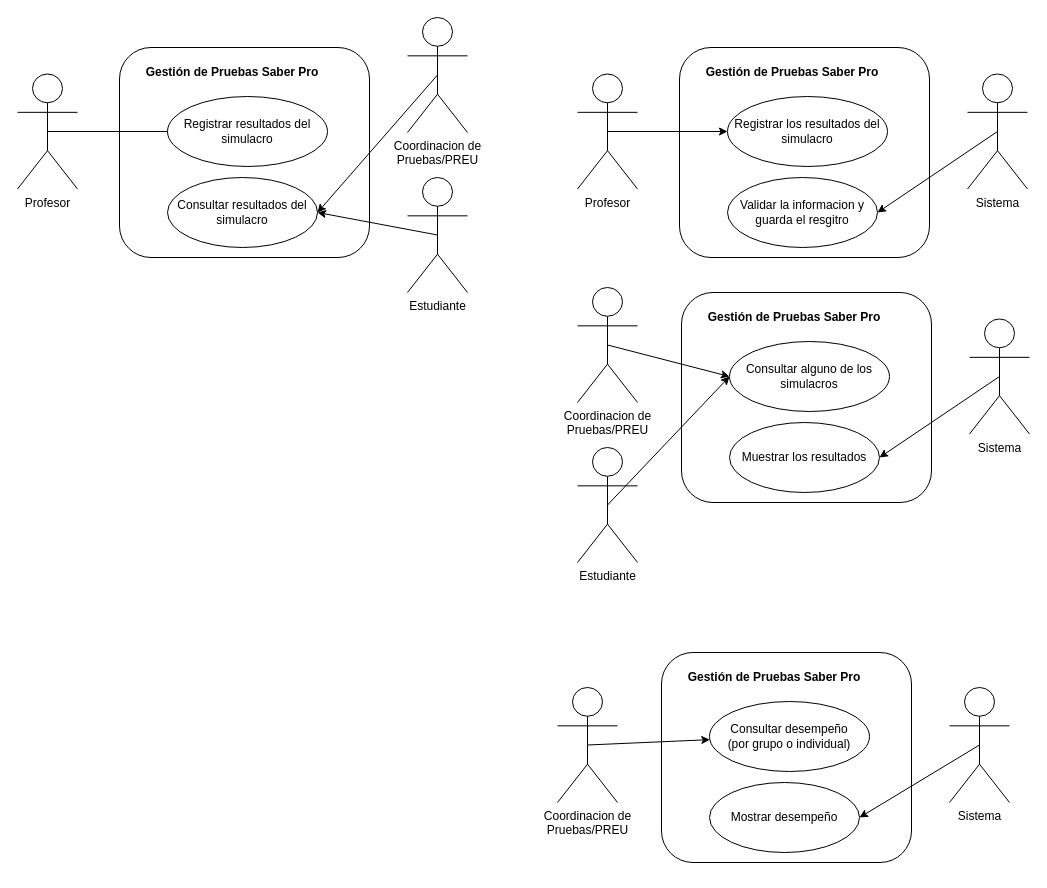
lauubeltran/isi-2026ii-SaberPro keeps this draw.io diagram as Diagramas cdu/resultados simulacro.drawio. Above is the earlier version. Source tidied: cells renumbered, new cells numbered last; positions are measured from the earlier drawing's top-left corner, leaving out a move shared by most shapes. Both pictures are drawn from the tidied source at 100%, with x=0, y=0 at pixel (17, 17).
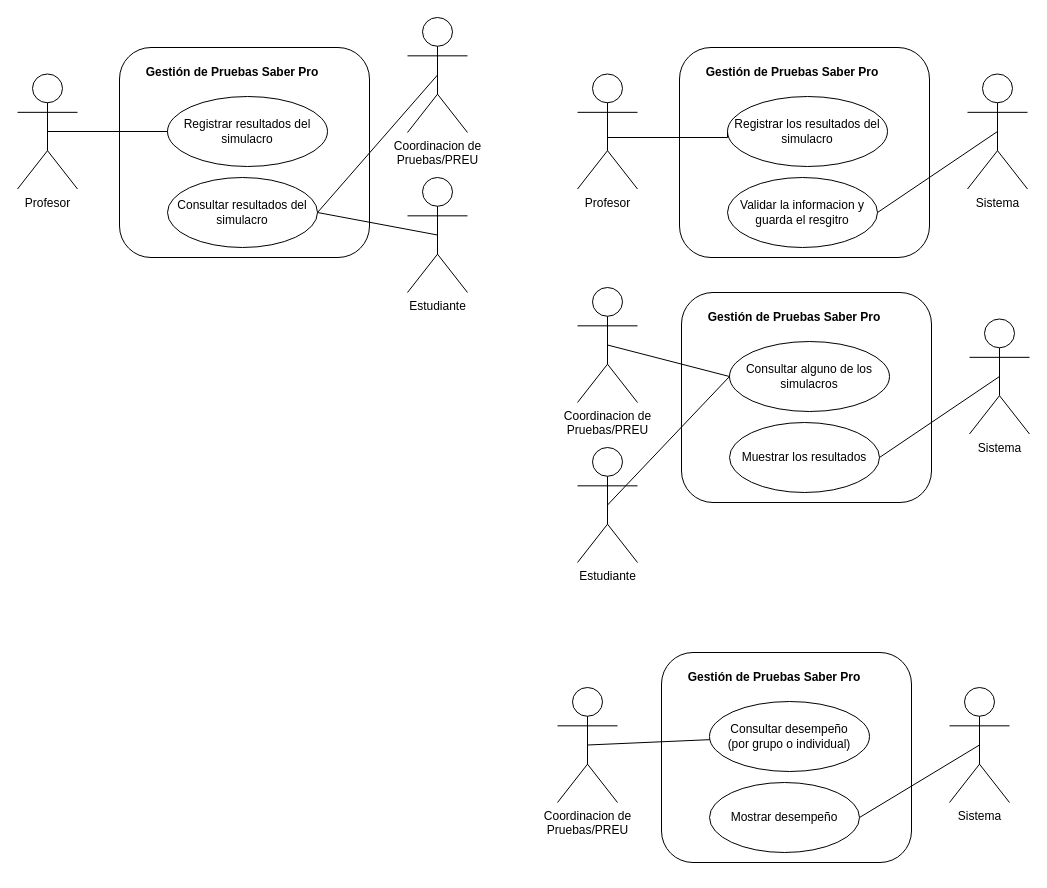
After the change.

Unchanged cells that the change refers to:
```xml
<mxCell id="7" value="Coordinacion de&lt;div&gt;Pruebas/PREU&lt;/div&gt;" style="shape=umlActor;verticalLabelPosition=bottom;verticalAlign=top;html=1;outlineConnect=0;" parent="1" vertex="1">
  <mxGeometry x="390" width="60" height="115" as="geometry" />
</mxCell>
<mxCell id="13" value="Consultar resultados del simulacro" style="ellipse;whiteSpace=wrap;html=1;shapeInside=1;" parent="1" vertex="1">
  <mxGeometry x="150" y="160" width="150" height="70" as="geometry" />
</mxCell>
<mxCell id="15" value="Estudiante" style="shape=umlActor;verticalLabelPosition=bottom;verticalAlign=top;html=1;outlineConnect=0;" parent="1" vertex="1">
  <mxGeometry x="390" y="160" width="60" height="115" as="geometry" />
</mxCell>
<mxCell id="16" value="&lt;div&gt;Profesor&lt;/div&gt;" style="shape=umlActor;verticalLabelPosition=bottom;verticalAlign=top;html=1;outlineConnect=0;" parent="1" vertex="1">
  <mxGeometry x="560" y="56.5" width="60" height="115" as="geometry" />
</mxCell>
<mxCell id="21" value="Registrar los resultados del simulacro" style="ellipse;whiteSpace=wrap;html=1;shapeInside=1;" parent="1" vertex="1">
  <mxGeometry x="710" y="79" width="160" height="70" as="geometry" />
</mxCell>
<mxCell id="22" value="Validar la informacion y guarda el resgitro" style="ellipse;whiteSpace=wrap;html=1;shapeInside=1;" parent="1" vertex="1">
  <mxGeometry x="710" y="160" width="150" height="70" as="geometry" />
</mxCell>
<mxCell id="24" value="&lt;div&gt;Sistema&lt;/div&gt;" style="shape=umlActor;verticalLabelPosition=bottom;verticalAlign=top;html=1;outlineConnect=0;" parent="1" vertex="1">
  <mxGeometry x="950" y="56.5" width="60" height="115" as="geometry" />
</mxCell>
<mxCell id="26" value="&lt;div&gt;Coordinacion de&lt;/div&gt;&lt;div&gt;Pruebas/PREU&lt;/div&gt;" style="shape=umlActor;verticalLabelPosition=bottom;verticalAlign=top;html=1;outlineConnect=0;" parent="1" vertex="1">
  <mxGeometry x="560" y="270" width="60" height="115" as="geometry" />
</mxCell>
<mxCell id="31" value="Consultar alguno de los simulacros" style="ellipse;whiteSpace=wrap;html=1;shapeInside=1;" parent="1" vertex="1">
  <mxGeometry x="712" y="324" width="160" height="70" as="geometry" />
</mxCell>
<mxCell id="32" value="Muestrar los resultados" style="ellipse;whiteSpace=wrap;html=1;shapeInside=1;" parent="1" vertex="1">
  <mxGeometry x="712" y="405" width="150" height="70" as="geometry" />
</mxCell>
<mxCell id="34" value="&lt;div&gt;Sistema&lt;/div&gt;" style="shape=umlActor;verticalLabelPosition=bottom;verticalAlign=top;html=1;outlineConnect=0;" parent="1" vertex="1">
  <mxGeometry x="952" y="301.5" width="60" height="115" as="geometry" />
</mxCell>
<mxCell id="37" value="&lt;div&gt;Estudiante&lt;/div&gt;" style="shape=umlActor;verticalLabelPosition=bottom;verticalAlign=top;html=1;outlineConnect=0;" parent="1" vertex="1">
  <mxGeometry x="560" y="430" width="60" height="115" as="geometry" />
</mxCell>
<mxCell id="38" value="&lt;div&gt;Coordinacion de&lt;/div&gt;&lt;div&gt;Pruebas/PREU&lt;/div&gt;" style="shape=umlActor;verticalLabelPosition=bottom;verticalAlign=top;html=1;outlineConnect=0;" parent="1" vertex="1">
  <mxGeometry x="540" y="670" width="60" height="115" as="geometry" />
</mxCell>
<mxCell id="43" value="Consultar desempeño&lt;div&gt;(por grupo o individual)&lt;/div&gt;" style="ellipse;whiteSpace=wrap;html=1;shapeInside=1;" parent="1" vertex="1">
  <mxGeometry x="692" y="684" width="160" height="70" as="geometry" />
</mxCell>
<mxCell id="44" value="Mostrar desempeño" style="ellipse;whiteSpace=wrap;html=1;shapeInside=1;" parent="1" vertex="1">
  <mxGeometry x="692" y="765" width="150" height="70" as="geometry" />
</mxCell>
<mxCell id="46" value="&lt;div&gt;Sistema&lt;/div&gt;" style="shape=umlActor;verticalLabelPosition=bottom;verticalAlign=top;html=1;outlineConnect=0;" parent="1" vertex="1">
  <mxGeometry x="932" y="670" width="60" height="115" as="geometry" />
</mxCell>
```

What changed in the source:
```diff
@@
-    <mxCell id="6" style="rounded=0;jettySize=auto;html=1;exitX=0.5;exitY=0.5;exitDx=0;exitDy=0;exitPerimeter=0;entryX=1;entryY=0.5;entryDx=0;entryDy=0;" parent="1" edge="1" source="7" target="13">
+    <mxCell id="6" style="rounded=0;jettySize=auto;html=1;exitX=0.5;exitY=0.5;exitDx=0;exitDy=0;exitPerimeter=0;entryX=1;entryY=0.5;entryDx=0;entryDy=0;endArrow=none;endFill=0;" parent="1" edge="1" source="7" target="13">
       <mxGeometry relative="1" as="geometry" />
     </mxCell>
@@
-    <mxCell id="14" style="rounded=0;jettySize=auto;html=1;exitX=0.5;exitY=0.5;exitDx=0;exitDy=0;exitPerimeter=0;entryX=1;entryY=0.5;entryDx=0;entryDy=0;" parent="1" edge="1" source="15" target="13">
+    <mxCell id="14" style="rounded=0;jettySize=auto;html=1;exitX=0.5;exitY=0.5;exitDx=0;exitDy=0;exitPerimeter=0;entryX=1;entryY=0.5;entryDx=0;entryDy=0;endArrow=none;endFill=0;" parent="1" edge="1" source="15" target="13">
       <mxGeometry relative="1" as="geometry" />
     </mxCell>
@@
-    <mxCell id="23" style="rounded=0;jettySize=auto;html=1;exitX=0.5;exitY=0.5;exitDx=0;exitDy=0;exitPerimeter=0;entryX=1;entryY=0.5;entryDx=0;entryDy=0;" parent="1" edge="1" source="24" target="22">
+    <mxCell id="23" style="rounded=0;jettySize=auto;html=1;exitX=0.5;exitY=0.5;exitDx=0;exitDy=0;exitPerimeter=0;entryX=1;entryY=0.5;entryDx=0;entryDy=0;endArrow=none;endFill=0;" parent="1" edge="1" source="24" target="22">
       <mxGeometry relative="1" as="geometry" />
     </mxCell>
@@
-    <mxCell id="25" style="edgeStyle=orthogonalEdgeStyle;rounded=0;jettySize=auto;html=1;exitX=0.5;exitY=0.5;exitDx=0;exitDy=0;exitPerimeter=0;entryX=0;entryY=0.5;entryDx=0;entryDy=0;" parent="1" edge="1" source="16" target="21">
-      <mxGeometry relative="1" as="geometry" />
+    <mxCell id="25" style="edgeStyle=orthogonalEdgeStyle;rounded=0;jettySize=auto;html=1;exitX=0.5;exitY=0.5;exitDx=0;exitDy=0;exitPerimeter=0;entryX=0;entryY=0.5;entryDx=0;entryDy=0;endArrow=none;endFill=0;startArrow=none;startFill=0;" parent="1" edge="1" source="16" target="21">
+      <mxGeometry relative="1" as="geometry">
+        <Array as="points">
+          <mxPoint x="590" y="120" />
+          <mxPoint x="710" y="120" />
+        </Array>
+      </mxGeometry>
     </mxCell>
@@
-    <mxCell id="33" style="rounded=0;jettySize=auto;html=1;exitX=0.5;exitY=0.5;exitDx=0;exitDy=0;exitPerimeter=0;entryX=1;entryY=0.5;entryDx=0;entryDy=0;" parent="1" edge="1" source="34" target="32">
+    <mxCell id="33" style="rounded=0;jettySize=auto;html=1;exitX=0.5;exitY=0.5;exitDx=0;exitDy=0;exitPerimeter=0;entryX=1;entryY=0.5;entryDx=0;entryDy=0;endArrow=none;endFill=0;" parent="1" edge="1" source="34" target="32">
       <mxGeometry relative="1" as="geometry" />
     </mxCell>
@@
-    <mxCell id="35" style="rounded=0;jettySize=auto;html=1;exitX=0.5;exitY=0.5;exitDx=0;exitDy=0;exitPerimeter=0;entryX=0;entryY=0.5;entryDx=0;entryDy=0;" parent="1" edge="1" source="26" target="31">
+    <mxCell id="35" style="rounded=0;jettySize=auto;html=1;exitX=0.5;exitY=0.5;exitDx=0;exitDy=0;exitPerimeter=0;entryX=0;entryY=0.5;entryDx=0;entryDy=0;endArrow=none;endFill=0;" parent="1" edge="1" source="26" target="31">
       <mxGeometry relative="1" as="geometry" />
     </mxCell>
-    <mxCell id="36" style="rounded=0;jettySize=auto;html=1;exitX=0.5;exitY=0.5;exitDx=0;exitDy=0;exitPerimeter=0;entryX=0;entryY=0.5;entryDx=0;entryDy=0;" parent="1" edge="1" source="37" target="31">
+    <mxCell id="36" style="rounded=0;jettySize=auto;html=1;exitX=0.5;exitY=0.5;exitDx=0;exitDy=0;exitPerimeter=0;entryX=0;entryY=0.5;entryDx=0;entryDy=0;endArrow=none;endFill=0;" parent="1" edge="1" source="37" target="31">
       <mxGeometry relative="1" as="geometry" />
     </mxCell>
@@
-    <mxCell id="45" style="rounded=0;jettySize=auto;html=1;exitX=0.5;exitY=0.5;exitDx=0;exitDy=0;exitPerimeter=0;entryX=1;entryY=0.5;entryDx=0;entryDy=0;" parent="1" edge="1" source="46" target="44">
+    <mxCell id="45" style="rounded=0;jettySize=auto;html=1;exitX=0.5;exitY=0.5;exitDx=0;exitDy=0;exitPerimeter=0;entryX=1;entryY=0.5;entryDx=0;entryDy=0;endArrow=none;endFill=0;" parent="1" edge="1" source="46" target="44">
       <mxGeometry relative="1" as="geometry" />
     </mxCell>
@@
-    <mxCell id="47" style="rounded=0;jettySize=auto;html=1;exitX=0.5;exitY=0.5;exitDx=0;exitDy=0;exitPerimeter=0;" parent="1" edge="1" source="38" target="43">
+    <mxCell id="47" style="rounded=0;jettySize=auto;html=1;exitX=0.5;exitY=0.5;exitDx=0;exitDy=0;exitPerimeter=0;endArrow=none;endFill=0;" parent="1" edge="1" source="38" target="43">
       <mxGeometry relative="1" as="geometry" />
     </mxCell>
```
